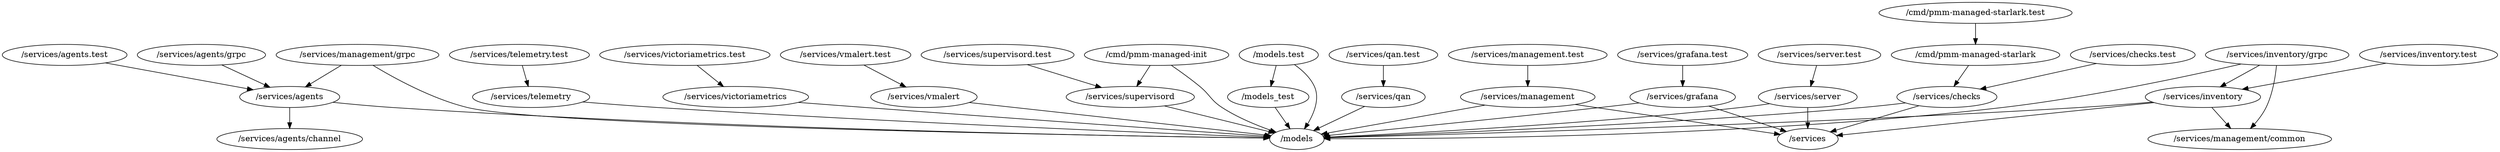
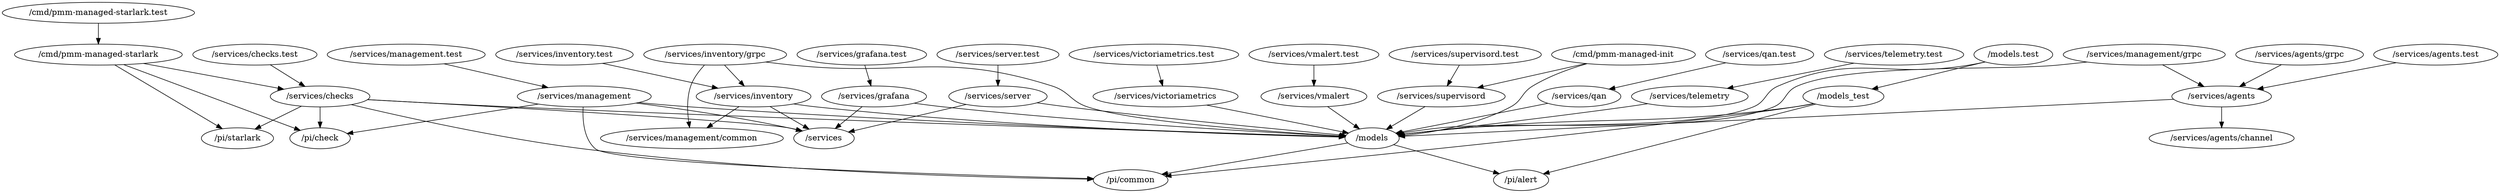
digraph packages {
	"/cmd/pmm-managed-init" -> "/models";
	"/cmd/pmm-managed-init" -> "/services/supervisord";
+ 	"/cmd/pmm-managed-starlark" -> "/pi/check";
+ 	"/cmd/pmm-managed-starlark" -> "/pi/starlark";
	"/cmd/pmm-managed-starlark" -> "/services/checks";
	"/cmd/pmm-managed-starlark.test" -> "/cmd/pmm-managed-starlark";
+ 	"/models" -> "/pi/alert";
+ 	"/models" -> "/pi/common";
	"/models.test" -> "/models";
	"/models.test" -> "/models_test";
	"/models_test" -> "/models";
+ 	"/models_test" -> "/pi/alert";
+ 	"/models_test" -> "/pi/common";
	"/services/agents" -> "/models";
	"/services/agents" -> "/services/agents/channel";
	"/services/agents.test" -> "/services/agents";
	"/services/agents/grpc" -> "/services/agents";
	"/services/checks" -> "/models";
+ 	"/services/checks" -> "/pi/check";
+ 	"/services/checks" -> "/pi/common";
+ 	"/services/checks" -> "/pi/starlark";
	"/services/checks" -> "/services";
	"/services/checks.test" -> "/services/checks";
	"/services/grafana" -> "/models";
	"/services/grafana" -> "/services";
	"/services/grafana.test" -> "/services/grafana";
	"/services/inventory" -> "/models";
	"/services/inventory" -> "/services";
	"/services/inventory" -> "/services/management/common";
	"/services/inventory.test" -> "/services/inventory";
	"/services/inventory/grpc" -> "/models";
	"/services/inventory/grpc" -> "/services/inventory";
	"/services/inventory/grpc" -> "/services/management/common";
	"/services/management" -> "/models";
+ 	"/services/management" -> "/pi/check";
+ 	"/services/management" -> "/pi/common";
	"/services/management" -> "/services";
	"/services/management.test" -> "/services/management";
	"/services/management/grpc" -> "/models";
	"/services/management/grpc" -> "/services/agents";
	"/services/qan" -> "/models";
	"/services/qan.test" -> "/services/qan";
	"/services/server" -> "/models";
	"/services/server" -> "/services";
	"/services/server.test" -> "/services/server";
	"/services/supervisord" -> "/models";
	"/services/supervisord.test" -> "/services/supervisord";
	"/services/telemetry" -> "/models";
	"/services/telemetry.test" -> "/services/telemetry";
	"/services/victoriametrics" -> "/models";
	"/services/victoriametrics.test" -> "/services/victoriametrics";
	"/services/vmalert" -> "/models";
	"/services/vmalert.test" -> "/services/vmalert";
}
